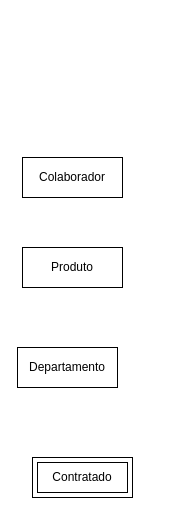
The draw.io diagram Ativos de produção.drawio in danielpiupiu/Projetos, before the edit. Source tidied: cells renumbered, new cells numbered last; positions are measured from the earlier drawing's top-left corner, leaving out a move shared by most shapes. Both pictures are drawn from the tidied source at 100%, with x=0, y=0 at pixel (17, 157).
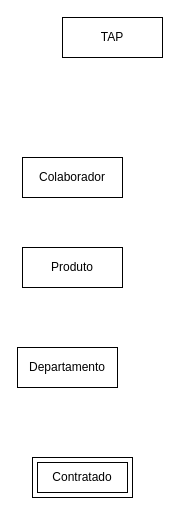
The same page after the edit.

The edit, as a diff of the source:
```diff
@@
 <mxGraphModel>
   <root>
     <mxCell id="0" />
     <mxCell id="1" parent="0" />
     <mxCell id="2" value="Colaborador" style="whiteSpace=wrap;html=1;align=center;" parent="1" vertex="1">
       <mxGeometry x="5" width="100" height="40" as="geometry" />
     </mxCell>
     <mxCell id="3" value="Produto" style="whiteSpace=wrap;html=1;align=center;" parent="1" vertex="1">
       <mxGeometry x="5" y="90" width="100" height="40" as="geometry" />
     </mxCell>
     <mxCell id="4" value="Departamento" style="whiteSpace=wrap;html=1;align=center;" parent="1" vertex="1">
       <mxGeometry y="190" width="100" height="40" as="geometry" />
     </mxCell>
     <mxCell id="5" value="Contratado" style="shape=ext;margin=3;double=1;whiteSpace=wrap;html=1;align=center;" parent="1" vertex="1">
       <mxGeometry x="15" y="300" width="100" height="40" as="geometry" />
     </mxCell>
+    <mxCell id="6" value="TAP" style="whiteSpace=wrap;html=1;align=center;" parent="1" vertex="1">
+      <mxGeometry x="45" y="-140" width="100" height="40" as="geometry" />
+    </mxCell>
   </root>
 </mxGraphModel>
```
